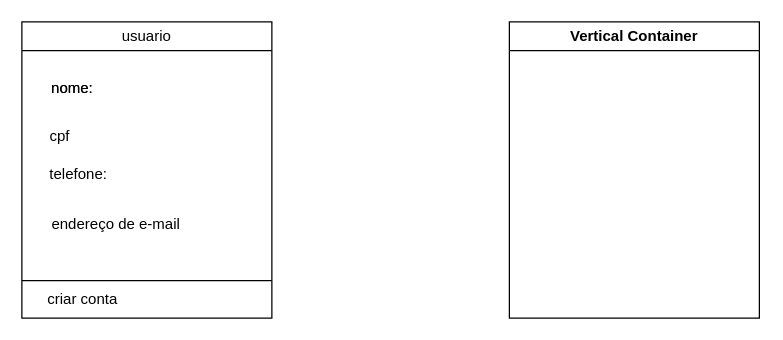
The draw.io diagram page "Página-6" (6 of 6) of Diagramaaula.drawio in juju378/diagramasderequisitos, before the edit. Source tidied: cells renumbered, new cells numbered last; positions are measured from the earlier drawing's top-left corner, leaving out a move shared by most shapes. Both pictures are drawn from the tidied source at 125%, with x=0, y=0 at pixel (21, 21).
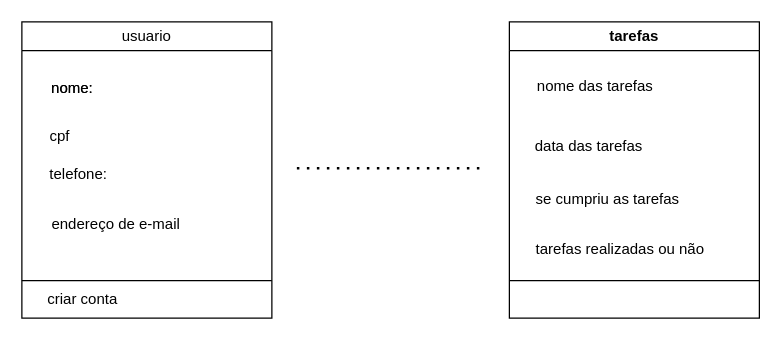
After the change.

The edit, as a diff of the source:
```diff
@@
 <mxGraphModel>
   <root>
     <mxCell id="0" />
     <mxCell id="1" parent="0" />
     <mxCell id="2" value="usuario" style="swimlane;whiteSpace=wrap;html=1;fontStyle=0;" parent="1" vertex="1">
       <mxGeometry width="200" height="237" as="geometry" />
     </mxCell>
     <mxCell id="3" value="nome:&lt;div&gt;&lt;br&gt;&lt;/div&gt;&lt;div&gt;&lt;br&gt;&lt;/div&gt;" style="text;html=1;align=center;verticalAlign=middle;strokeColor=none;fillColor=none;" parent="2" vertex="1">
       <mxGeometry x="10" y="37" width="60" height="60" as="geometry" />
     </mxCell>
     <mxCell id="4" value="nome:&lt;div&gt;&lt;br&gt;&lt;/div&gt;&lt;div&gt;&lt;br&gt;&lt;/div&gt;" style="text;html=1;align=center;verticalAlign=middle;strokeColor=none;fillColor=none;" parent="2" vertex="1">
       <mxGeometry x="10" y="37" width="60" height="60" as="geometry" />
     </mxCell>
     <mxCell id="5" value="cpf" style="text;html=1;align=center;verticalAlign=middle;strokeColor=none;fillColor=none;" parent="2" vertex="1">
       <mxGeometry x="10" y="77" width="40" height="30" as="geometry" />
     </mxCell>
     <mxCell id="6" value="telefone:" style="text;html=1;align=center;verticalAlign=middle;strokeColor=none;fillColor=none;" parent="2" vertex="1">
       <mxGeometry x="10" y="107" width="70" height="30" as="geometry" />
     </mxCell>
     <mxCell id="7" value="criar conta&amp;nbsp;" style="text;html=1;align=center;verticalAlign=middle;strokeColor=none;fillColor=none;" parent="2" vertex="1">
       <mxGeometry x="10" y="207" width="80" height="30" as="geometry" />
     </mxCell>
     <mxCell id="8" value="endereço de e-mail" style="text;html=1;align=center;verticalAlign=middle;strokeColor=none;fillColor=none;" parent="2" vertex="1">
       <mxGeometry x="10" y="147" width="130" height="30" as="geometry" />
     </mxCell>
     <mxCell id="9" style="endArrow=none;html=1;rounded=0;" parent="1" edge="1">
       <mxGeometry relative="1" as="geometry">
         <mxPoint y="207" as="sourcePoint" />
         <mxPoint x="200" y="207" as="targetPoint" />
       </mxGeometry>
     </mxCell>
-    <mxCell id="10" value="Vertical Container" style="swimlane;whiteSpace=wrap;html=1;" parent="1" vertex="1">
+    <mxCell id="10" value="tarefas" style="swimlane;whiteSpace=wrap;html=1;" parent="1" vertex="1">
       <mxGeometry x="390" width="200" height="237" as="geometry" />
     </mxCell>
+    <mxCell id="11" value="nome das tarefas&amp;nbsp;" style="text;html=1;align=center;verticalAlign=middle;strokeColor=none;fillColor=none;" parent="10" vertex="1">
+      <mxGeometry x="10" y="37" width="120" height="30" as="geometry" />
+    </mxCell>
+    <mxCell id="12" value="data das tarefas&amp;nbsp;" style="text;html=1;align=center;verticalAlign=middle;strokeColor=none;fillColor=none;" parent="10" vertex="1">
+      <mxGeometry x="10" y="85" width="110" height="30" as="geometry" />
+    </mxCell>
+    <mxCell id="13" value="se cumpriu as tarefas&amp;nbsp;" style="text;html=1;align=center;verticalAlign=middle;strokeColor=none;fillColor=none;" parent="10" vertex="1">
+      <mxGeometry x="10" y="127" width="140" height="30" as="geometry" />
+    </mxCell>
+    <mxCell id="14" value="tarefas realizadas ou não&amp;nbsp;" style="text;html=1;align=center;verticalAlign=middle;strokeColor=none;fillColor=none;" parent="10" vertex="1">
+      <mxGeometry x="10" y="167" width="160" height="30" as="geometry" />
+    </mxCell>
+    <mxCell id="15" style="endArrow=none;html=1;rounded=0;" parent="1" edge="1">
+      <mxGeometry relative="1" as="geometry">
+        <mxPoint x="390" y="207" as="sourcePoint" />
+        <mxPoint x="590" y="207" as="targetPoint" />
+      </mxGeometry>
+    </mxCell>
+    <mxCell id="16" style="endArrow=none;dashed=1;html=1;dashPattern=1 3;strokeWidth=2;rounded=0;" parent="1" edge="1">
+      <mxGeometry relative="1" as="geometry">
+        <mxPoint x="220" y="117" as="sourcePoint" />
+        <mxPoint x="370" y="117" as="targetPoint" />
+      </mxGeometry>
+    </mxCell>
   </root>
 </mxGraphModel>
```
